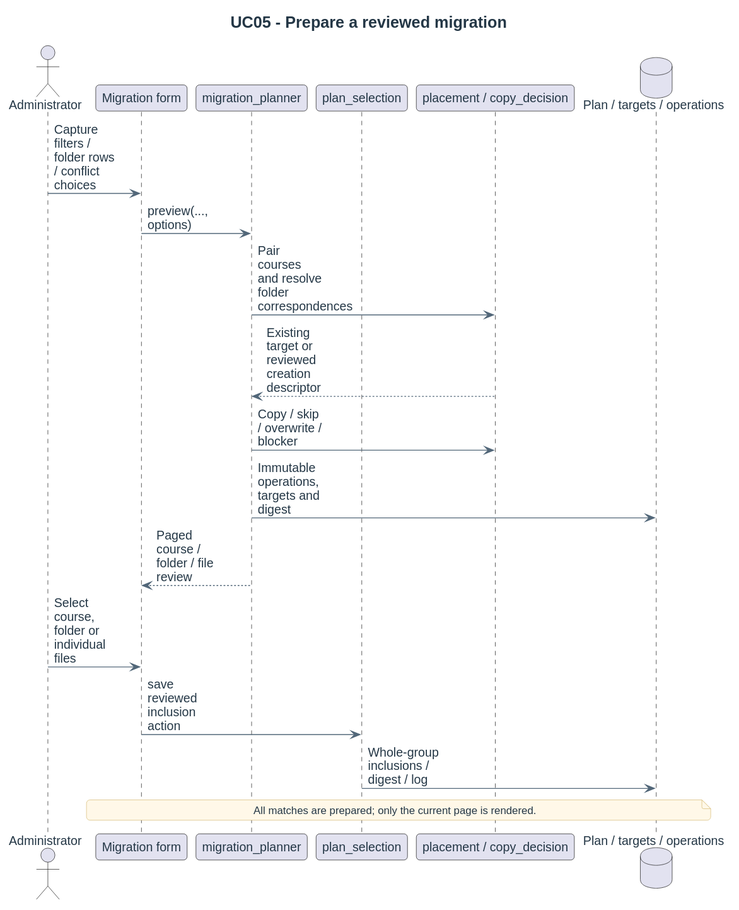
didactika/moodle-local_coursefiles keeps this PlantUML diagram as docs/diagrams/design/sequences/uc05-preview-migration.svg. Above is the earlier version.
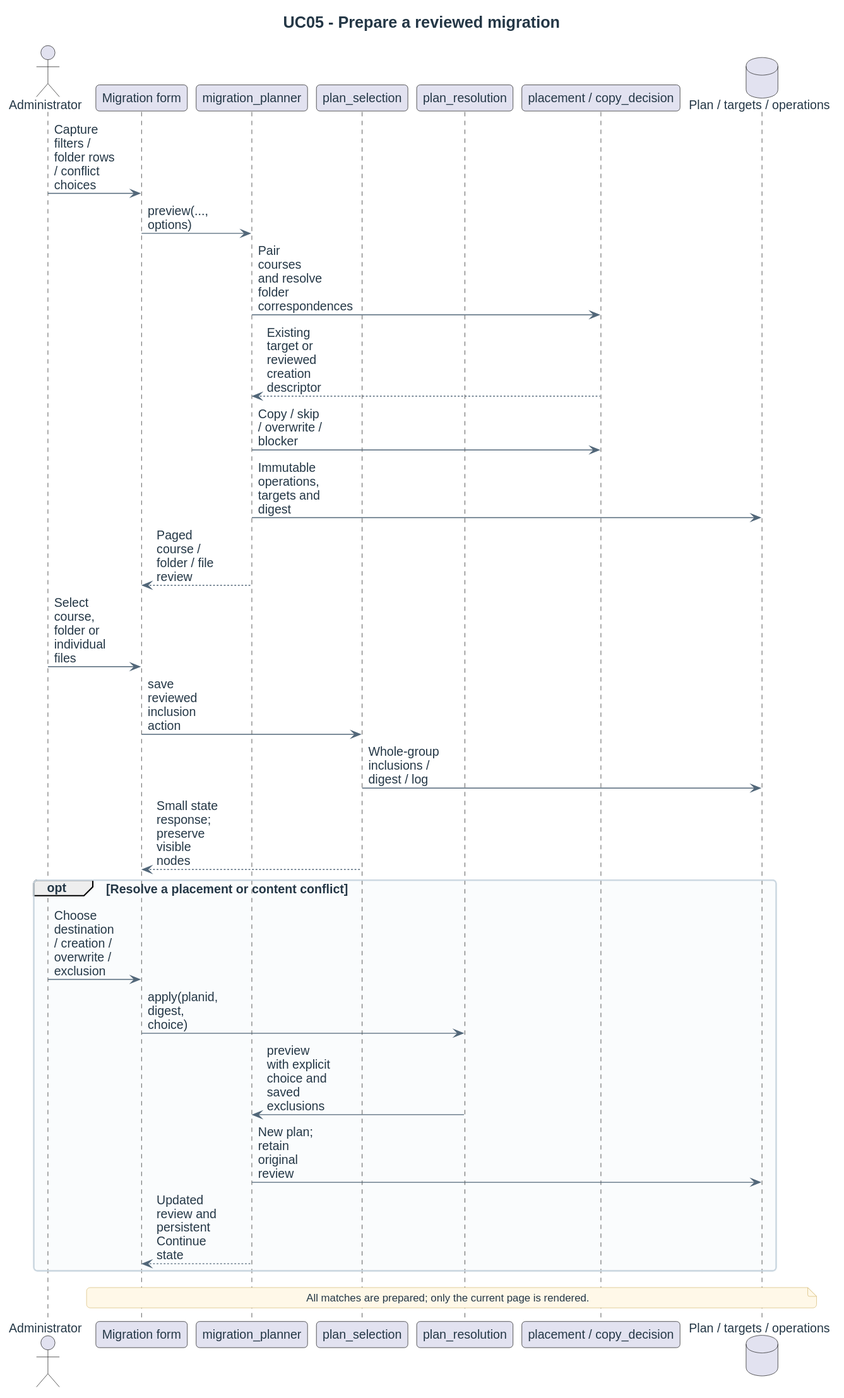
After the commit.

What changed in the source:
```diff
@@ -5,6 +5,7 @@
 participant "Migration form" as UI
 participant migration_planner as Planner
 participant plan_selection as Selection
+participant plan_resolution as Resolution
 participant "placement / copy_decision" as Rules
 database "Plan / targets / operations" as DB
 Administrator -> UI : Capture filters / folder rows / conflict choices
@@ -17,5 +18,13 @@
 Administrator -> UI : Select course, folder or individual files
 UI -> Selection : save reviewed inclusion action
 Selection -> DB : Whole-group inclusions / digest / log
+Selection --> UI : Small state response; preserve visible nodes
+opt Resolve a placement or content conflict
+  Administrator -> UI : Choose destination / creation / overwrite / exclusion
+  UI -> Resolution : apply(planid, digest, choice)
+  Resolution -> Planner : preview with explicit choice and saved exclusions
+  Planner -> DB : New plan; retain original review
+  Planner --> UI : Updated review and persistent Continue state
+end
 note over UI, DB : All matches are prepared; only the current page is rendered.
 @enduml
```
